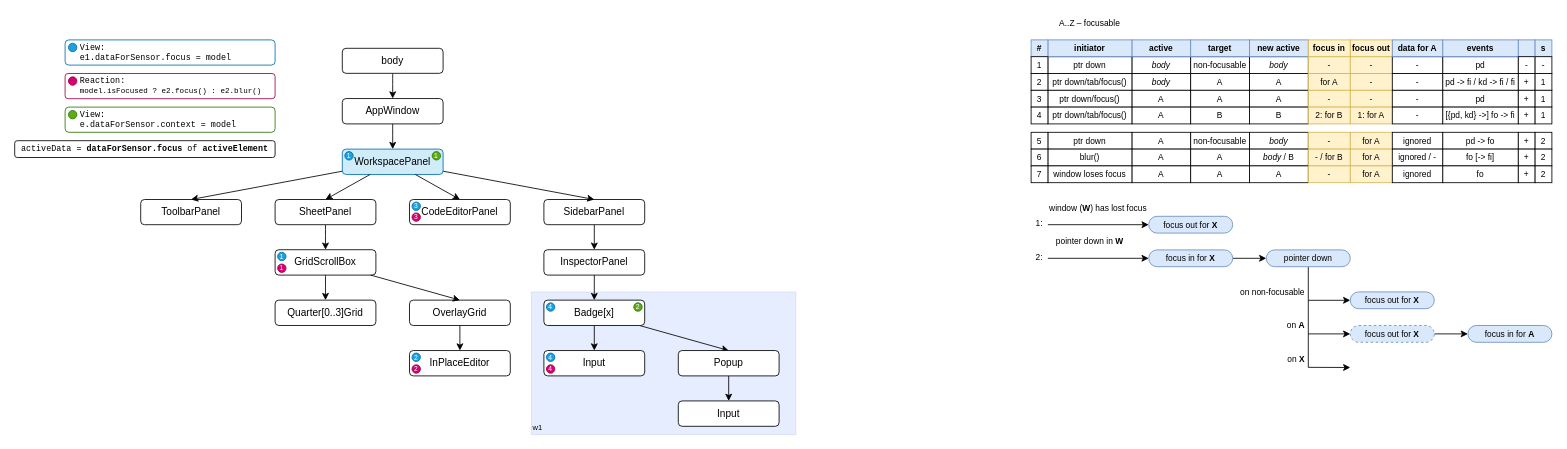
nezaboodka/verstak keeps this draw.io diagram as page "Focus" (2 of 3) of docs/dnd.drawio. Above is the earlier version. Source tidied: cells renumbered, new cells numbered last; positions are measured from the earlier drawing's top-left corner, leaving out a move shared by most shapes. Both pictures are drawn from the tidied source at 84%, with x=0, y=0 at pixel (14, 14).
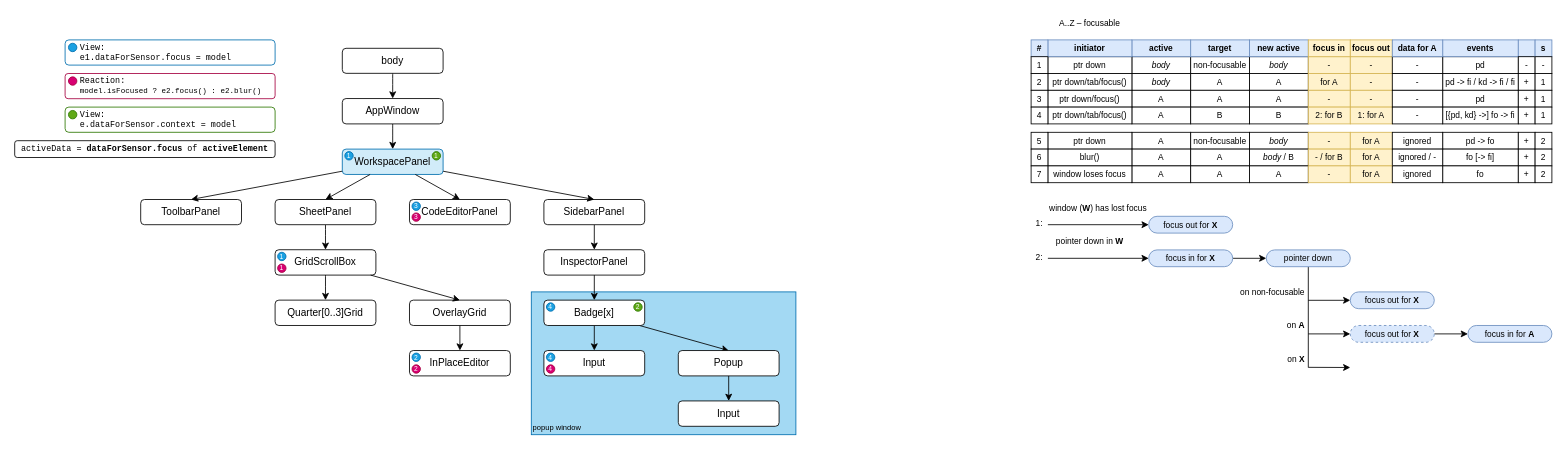
Above is the later version.

Commit message:
Progress on focus/context diagram

Diff of the diagram source:
```diff
@@
-    <mxCell id="2" value="w1" style="rounded=0;whiteSpace=wrap;html=1;fontFamily=Helvetica;fontSize=9;fontColor=#000000;strokeColor=#001DBC;fillColor=#0050ef;opacity=10;verticalAlign=bottom;align=left;spacingRight=5;" parent="1" vertex="1">
+    <mxCell id="2" value="popup window" style="rounded=0;whiteSpace=wrap;html=1;fontFamily=Helvetica;fontSize=9;fontColor=default;strokeColor=#006EAF;fillColor=#1ba1e2;verticalAlign=bottom;align=left;spacingRight=5;fillOpacity=40;" parent="1" vertex="1">
       <mxGeometry x="615" y="330" width="315" height="170" as="geometry" />
     </mxCell>
```
